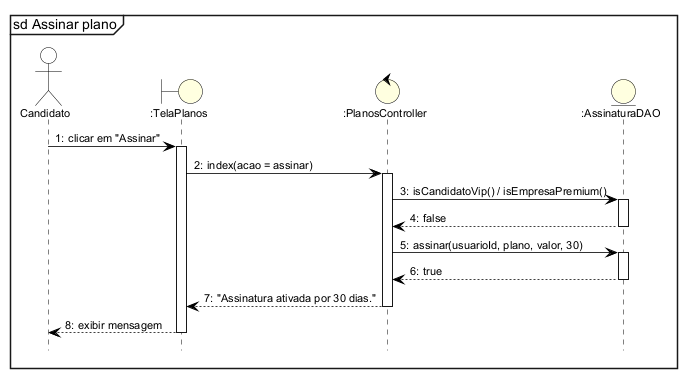
Above: docs/tcc/diagramas/seq11_assinar_plano.png in leonardoabreu2026/tcc-final (PlantUML), before the change. Its source is kept beside it as docs/tcc/diagramas/seq11_assinar_plano.puml. Source of this version:
```plantuml
@startuml
!include estilo.iuml
mainframe sd Assinar plano
autonumber "0:"
hide footbox

actor Candidato as U
boundary ":TelaPlanos" as T
control ":PlanosController" as C
entity ":AssinaturaDAO" as D
U -> T ++ : clicar em "Assinar"
T -> C ++ : index(acao = assinar)
C -> D ++ : isCandidatoVip() / isEmpresaPremium()
D --> C -- : false
C -> D ++ : assinar(usuarioId, plano, valor, 30)
D --> C -- : true
C --> T -- : "Assinatura ativada por 30 dias."
T --> U -- : exibir mensagem
@enduml
```
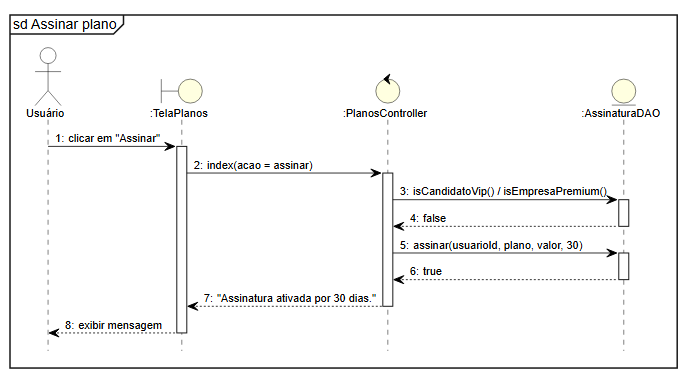
Later version of the same file.

Change to the diagram source:
```diff
@@ -4,7 +4,7 @@
 autonumber "0:"
 hide footbox
 
-actor Candidato as U
+actor "Usuário" as U
 boundary ":TelaPlanos" as T
 control ":PlanosController" as C
 entity ":AssinaturaDAO" as D
```
